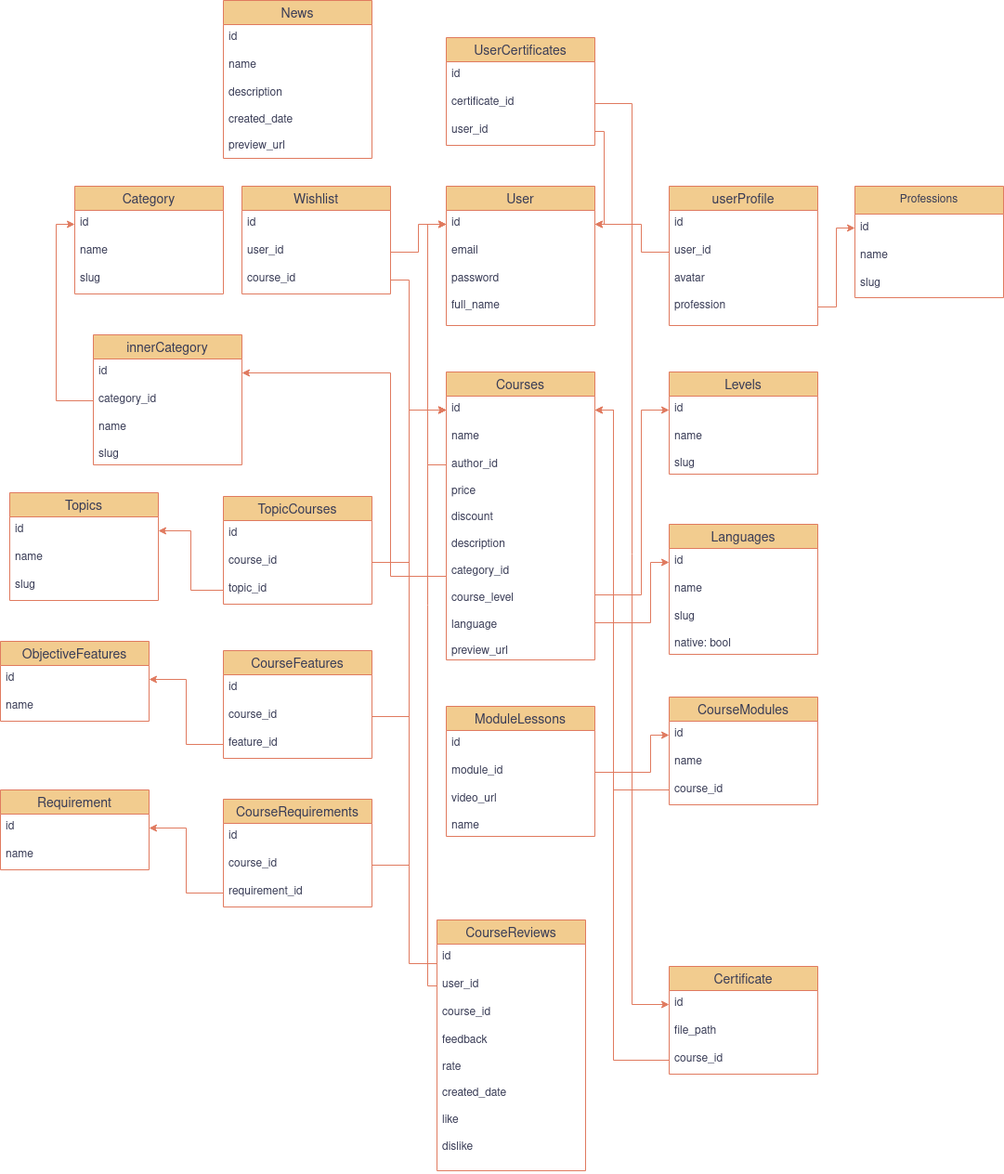
Above: edu_db.png in ITC-38/education_website (draw.io), before the change. Source tidied: cells renumbered, new cells last; positions are measured from the earlier drawing's top-left corner, leaving out a move shared by most shapes.
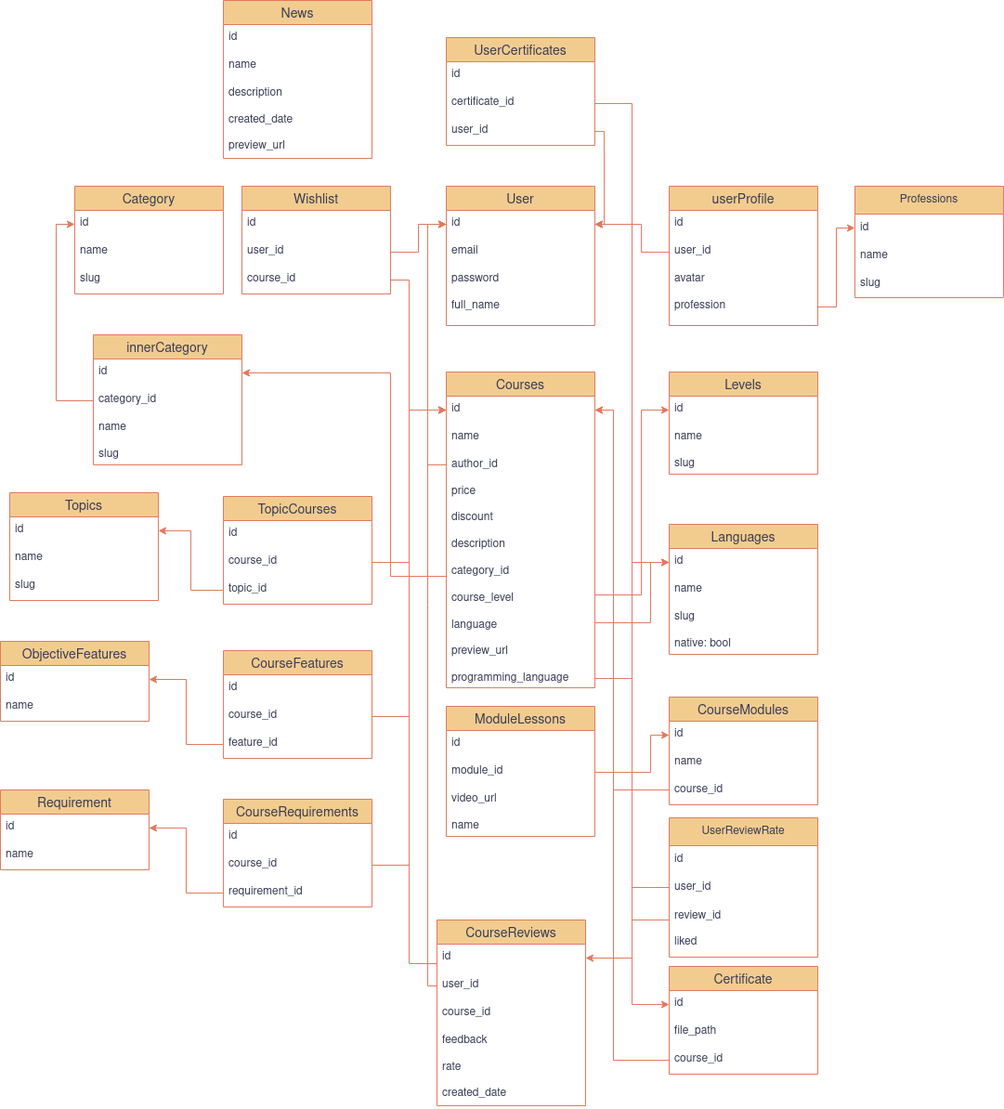
After the commit.

Commit message:
course/models-init

Diff of the diagram source:
```diff
@@ -62,7 +62,7 @@
       <mxGeometry relative="1" as="geometry" />
     </mxCell>
     <mxCell id="20" value="Courses" style="swimlane;fontStyle=0;horizontal=1;startSize=26;align=center;fontSize=14;strokeColor=#E07A5F;fillColor=#F2CC8F;labelBackgroundColor=none;fontColor=#393C56;" parent="1" vertex="1">
-      <mxGeometry x="480" y="400" width="160" height="310" as="geometry" />
+      <mxGeometry x="480" y="400" width="160" height="340" as="geometry" />
     </mxCell>
     <mxCell id="21" value="id" style="text;strokeColor=none;fillColor=none;spacingLeft=4;spacingRight=4;overflow=hidden;points=[[0,0.5],[1,0.5]];portConstraint=eastwest;fontSize=12;whiteSpace=wrap;html=1;fontColor=#393C56;labelBackgroundColor=none;" parent="20" vertex="1">
       <mxGeometry y="26" width="160" height="30" as="geometry" />
@@ -70,8 +70,8 @@
     <mxCell id="22" value="name" style="text;strokeColor=none;fillColor=none;spacingLeft=4;spacingRight=4;overflow=hidden;fontSize=12;whiteSpace=wrap;html=1;fontColor=#393C56;labelBackgroundColor=none;" parent="20" vertex="1">
       <mxGeometry y="56" width="160" height="30" as="geometry" />
     </mxCell>
-    <mxCell id="23" value="&lt;div&gt;author_id&lt;/div&gt;&lt;div&gt;&lt;br&gt;&lt;/div&gt;&lt;div&gt;price&lt;/div&gt;&lt;div&gt;&lt;br&gt;&lt;/div&gt;&lt;div&gt;discount&lt;br&gt;&lt;/div&gt;&lt;div&gt;&lt;br&gt;&lt;/div&gt;&lt;div&gt;description&lt;br&gt;&lt;/div&gt;&lt;div&gt;&lt;br&gt;&lt;/div&gt;&lt;div&gt;category_id&lt;/div&gt;&lt;div&gt;&lt;br&gt;&lt;/div&gt;&lt;div&gt;course_level&lt;/div&gt;&lt;div&gt;&lt;br&gt;&lt;/div&gt;&lt;div&gt;language&lt;br&gt;&lt;/div&gt;&lt;div&gt;&lt;br&gt;&lt;/div&gt;&lt;div&gt;preview_url&lt;/div&gt;&lt;div&gt;&lt;br&gt;&lt;/div&gt;" style="text;strokeColor=none;fillColor=none;spacingLeft=4;spacingRight=4;overflow=hidden;points=[[0,0.5],[1,0.5]];portConstraint=eastwest;fontSize=12;whiteSpace=wrap;html=1;fontColor=#393C56;labelBackgroundColor=none;" parent="20" vertex="1">
-      <mxGeometry y="86" width="160" height="224" as="geometry" />
+    <mxCell id="23" value="&lt;div&gt;author_id&lt;/div&gt;&lt;div&gt;&lt;br&gt;&lt;/div&gt;&lt;div&gt;price&lt;/div&gt;&lt;div&gt;&lt;br&gt;&lt;/div&gt;&lt;div&gt;discount&lt;br&gt;&lt;/div&gt;&lt;div&gt;&lt;br&gt;&lt;/div&gt;&lt;div&gt;description&lt;br&gt;&lt;/div&gt;&lt;div&gt;&lt;br&gt;&lt;/div&gt;&lt;div&gt;category_id&lt;/div&gt;&lt;div&gt;&lt;br&gt;&lt;/div&gt;&lt;div&gt;course_level&lt;/div&gt;&lt;div&gt;&lt;br&gt;&lt;/div&gt;&lt;div&gt;language&lt;br&gt;&lt;/div&gt;&lt;div&gt;&lt;br&gt;&lt;/div&gt;&lt;div&gt;preview_url&lt;/div&gt;&lt;div&gt;&lt;br&gt;&lt;/div&gt;&lt;div&gt;programming_language&lt;br&gt;&lt;/div&gt;" style="text;strokeColor=none;fillColor=none;spacingLeft=4;spacingRight=4;overflow=hidden;points=[[0,0.5],[1,0.5]];portConstraint=eastwest;fontSize=12;whiteSpace=wrap;html=1;fontColor=#393C56;labelBackgroundColor=none;" parent="20" vertex="1">
+      <mxGeometry y="86" width="160" height="254" as="geometry" />
     </mxCell>
     <mxCell id="24" style="edgeStyle=orthogonalEdgeStyle;rounded=0;jettySize=auto;html=1;entryX=0;entryY=0.5;entryDx=0;entryDy=0;strokeColor=#E07A5F;fontColor=default;fillColor=#F2CC8F;labelBackgroundColor=none;" parent="1" edge="1" source="23" target="3">
       <mxGeometry relative="1" as="geometry">
@@ -252,7 +252,7 @@
       </mxGeometry>
     </mxCell>
     <mxCell id="75" value="CourseReviews" style="swimlane;fontStyle=0;horizontal=1;startSize=26;align=center;fontSize=14;strokeColor=#E07A5F;fillColor=#F2CC8F;labelBackgroundColor=none;fontColor=#393C56;" parent="1" vertex="1">
-      <mxGeometry x="470" y="990" width="160" height="270" as="geometry" />
+      <mxGeometry x="470" y="990" width="160" height="200" as="geometry" />
     </mxCell>
     <mxCell id="76" value="id" style="text;strokeColor=none;fillColor=none;spacingLeft=4;spacingRight=4;overflow=hidden;points=[[0,0.5],[1,0.5]];portConstraint=eastwest;fontSize=12;whiteSpace=wrap;html=1;fontColor=#393C56;labelBackgroundColor=none;" parent="75" vertex="1">
       <mxGeometry y="26" width="160" height="30" as="geometry" />
@@ -263,8 +263,8 @@
     <mxCell id="78" value="course_id" style="text;strokeColor=none;fillColor=none;spacingLeft=4;spacingRight=4;overflow=hidden;fontSize=12;whiteSpace=wrap;html=1;fontColor=#393C56;labelBackgroundColor=none;" parent="75" vertex="1">
       <mxGeometry y="86" width="160" height="30" as="geometry" />
     </mxCell>
-    <mxCell id="79" value="&lt;div&gt;feedback&lt;/div&gt;&lt;div&gt;&lt;br&gt;&lt;/div&gt;&lt;div&gt;rate&lt;/div&gt;&lt;div&gt;&lt;br&gt;&lt;/div&gt;&lt;div&gt;created_date&lt;/div&gt;&lt;div&gt;&lt;br&gt;&lt;/div&gt;&lt;div&gt;like&lt;/div&gt;&lt;div&gt;&lt;br&gt;&lt;/div&gt;&lt;div&gt;dislike&lt;br&gt;&lt;/div&gt;" style="text;strokeColor=none;fillColor=none;spacingLeft=4;spacingRight=4;overflow=hidden;fontSize=12;whiteSpace=wrap;html=1;fontColor=#393C56;labelBackgroundColor=none;" parent="75" vertex="1">
-      <mxGeometry y="116" width="160" height="154" as="geometry" />
+    <mxCell id="79" value="&lt;div&gt;feedback&lt;/div&gt;&lt;div&gt;&lt;br&gt;&lt;/div&gt;&lt;div&gt;rate&lt;/div&gt;&lt;div&gt;&lt;br&gt;&lt;/div&gt;&lt;div&gt;created_date&lt;/div&gt;&lt;div&gt;&lt;br&gt;&lt;/div&gt;&lt;div&gt;&lt;br&gt;&lt;/div&gt;" style="text;strokeColor=none;fillColor=none;spacingLeft=4;spacingRight=4;overflow=hidden;fontSize=12;whiteSpace=wrap;html=1;fontColor=#393C56;labelBackgroundColor=none;" parent="75" vertex="1">
+      <mxGeometry y="116" width="160" height="84" as="geometry" />
     </mxCell>
     <mxCell id="80" value="Certificate" style="swimlane;fontStyle=0;horizontal=1;startSize=26;align=center;fontSize=14;strokeColor=#E07A5F;fontColor=#393C56;fillColor=#F2CC8F;labelBackgroundColor=none;" parent="1" vertex="1">
       <mxGeometry x="720" y="1040" width="160" height="116" as="geometry" />
@@ -369,19 +369,19 @@
         </Array>
       </mxGeometry>
     </mxCell>
-    <mxCell id="102" value="Professions" style="swimlane;fontStyle=0;horizontal=1;startSize=30;whiteSpace=wrap;html=1;strokeColor=#E07A5F;fontColor=#393C56;fillColor=#F2CC8F;" parent="1" vertex="1">
+    <mxCell id="102" value="Professions" style="swimlane;fontStyle=0;horizontal=1;startSize=30;whiteSpace=wrap;html=1;strokeColor=#E07A5F;fontColor=#393C56;fillColor=#F2CC8F;labelBackgroundColor=none;" parent="1" vertex="1">
       <mxGeometry x="920" y="200" width="160" height="120" as="geometry" />
     </mxCell>
-    <mxCell id="103" value="id" style="text;strokeColor=none;fillColor=none;align=left;verticalAlign=middle;spacingLeft=4;spacingRight=4;overflow=hidden;points=[[0,0.5],[1,0.5]];portConstraint=eastwest;whiteSpace=wrap;html=1;fontColor=#393C56;" parent="102" vertex="1">
+    <mxCell id="103" value="id" style="text;strokeColor=none;fillColor=none;align=left;verticalAlign=middle;spacingLeft=4;spacingRight=4;overflow=hidden;points=[[0,0.5],[1,0.5]];portConstraint=eastwest;whiteSpace=wrap;html=1;fontColor=#393C56;labelBackgroundColor=none;" parent="102" vertex="1">
       <mxGeometry y="30" width="160" height="30" as="geometry" />
     </mxCell>
-    <mxCell id="104" value="name" style="text;strokeColor=none;fillColor=none;align=left;verticalAlign=middle;spacingLeft=4;spacingRight=4;overflow=hidden;whiteSpace=wrap;html=1;fontColor=#393C56;" parent="102" vertex="1">
+    <mxCell id="104" value="name" style="text;strokeColor=none;fillColor=none;align=left;verticalAlign=middle;spacingLeft=4;spacingRight=4;overflow=hidden;whiteSpace=wrap;html=1;fontColor=#393C56;labelBackgroundColor=none;" parent="102" vertex="1">
       <mxGeometry y="60" width="160" height="30" as="geometry" />
     </mxCell>
-    <mxCell id="105" value="slug" style="text;strokeColor=none;fillColor=none;align=left;verticalAlign=middle;spacingLeft=4;spacingRight=4;overflow=hidden;whiteSpace=wrap;html=1;fontColor=#393C56;" parent="102" vertex="1">
+    <mxCell id="105" value="slug" style="text;strokeColor=none;fillColor=none;align=left;verticalAlign=middle;spacingLeft=4;spacingRight=4;overflow=hidden;whiteSpace=wrap;html=1;fontColor=#393C56;labelBackgroundColor=none;" parent="102" vertex="1">
       <mxGeometry y="90" width="160" height="30" as="geometry" />
     </mxCell>
-    <mxCell id="106" style="edgeStyle=orthogonalEdgeStyle;rounded=0;jettySize=auto;html=1;entryX=0;entryY=0.5;entryDx=0;entryDy=0;strokeColor=#E07A5F;fontColor=#393C56;fillColor=#F2CC8F;" parent="1" edge="1" source="9" target="103">
+    <mxCell id="106" style="edgeStyle=orthogonalEdgeStyle;rounded=0;jettySize=auto;html=1;entryX=0;entryY=0.5;entryDx=0;entryDy=0;strokeColor=#E07A5F;fontColor=default;fillColor=#F2CC8F;labelBackgroundColor=none;" parent="1" edge="1" source="9" target="103">
       <mxGeometry relative="1" as="geometry">
         <Array as="points">
           <mxPoint x="900" y="330" />
@@ -389,5 +389,36 @@
         </Array>
       </mxGeometry>
     </mxCell>
+    <mxCell id="107" style="edgeStyle=orthogonalEdgeStyle;rounded=0;jettySize=auto;html=1;entryX=0;entryY=0.5;entryDx=0;entryDy=0;labelBackgroundColor=none;strokeColor=#E07A5F;fontColor=default;" parent="1" edge="1" source="23" target="31">
+      <mxGeometry relative="1" as="geometry">
+        <Array as="points">
+          <mxPoint x="680" y="730" />
+          <mxPoint x="680" y="605" />
+        </Array>
+      </mxGeometry>
+    </mxCell>
+    <mxCell id="108" value="UserReviewRate" style="swimlane;fontStyle=0;horizontal=1;startSize=30;whiteSpace=wrap;html=1;labelBackgroundColor=none;fillColor=#F2CC8F;strokeColor=#E07A5F;fontColor=#393C56;" parent="1" vertex="1">
+      <mxGeometry x="720" y="880" width="160" height="150" as="geometry" />
+    </mxCell>
+    <mxCell id="109" value="id" style="text;strokeColor=none;fillColor=none;align=left;verticalAlign=middle;spacingLeft=4;spacingRight=4;overflow=hidden;whiteSpace=wrap;html=1;labelBackgroundColor=none;fontColor=#393C56;" parent="108" vertex="1">
+      <mxGeometry y="30" width="160" height="30" as="geometry" />
+    </mxCell>
+    <mxCell id="110" value="user_id" style="text;strokeColor=none;fillColor=none;align=left;verticalAlign=middle;spacingLeft=4;spacingRight=4;overflow=hidden;points=[[0,0.5],[1,0.5]];portConstraint=eastwest;whiteSpace=wrap;html=1;labelBackgroundColor=none;fontColor=#393C56;" parent="108" vertex="1">
+      <mxGeometry y="60" width="160" height="30" as="geometry" />
+    </mxCell>
+    <mxCell id="111" value="&lt;div&gt;review_id&lt;/div&gt;&lt;div&gt;&lt;br&gt;&lt;/div&gt;&lt;div&gt;liked&lt;/div&gt;" style="text;strokeColor=none;fillColor=none;align=left;verticalAlign=middle;spacingLeft=4;spacingRight=4;overflow=hidden;points=[[0,0.5],[1,0.5]];portConstraint=eastwest;whiteSpace=wrap;html=1;labelBackgroundColor=none;fontColor=#393C56;" parent="108" vertex="1">
+      <mxGeometry y="90" width="160" height="60" as="geometry" />
+    </mxCell>
+    <mxCell id="112" style="edgeStyle=orthogonalEdgeStyle;rounded=0;jettySize=auto;html=1;entryX=1;entryY=0.5;entryDx=0;entryDy=0;labelBackgroundColor=none;strokeColor=#E07A5F;fontColor=default;" parent="1" edge="1" source="110" target="3">
+      <mxGeometry relative="1" as="geometry" />
+    </mxCell>
+    <mxCell id="113" style="edgeStyle=orthogonalEdgeStyle;rounded=0;jettySize=auto;html=1;entryX=1;entryY=0.5;entryDx=0;entryDy=0;labelBackgroundColor=none;strokeColor=#E07A5F;fontColor=default;" parent="1" edge="1" source="111" target="76">
+      <mxGeometry relative="1" as="geometry">
+        <Array as="points">
+          <mxPoint x="680" y="990" />
+          <mxPoint x="680" y="1031" />
+        </Array>
+      </mxGeometry>
+    </mxCell>
   </root>
 </mxGraphModel>
```
